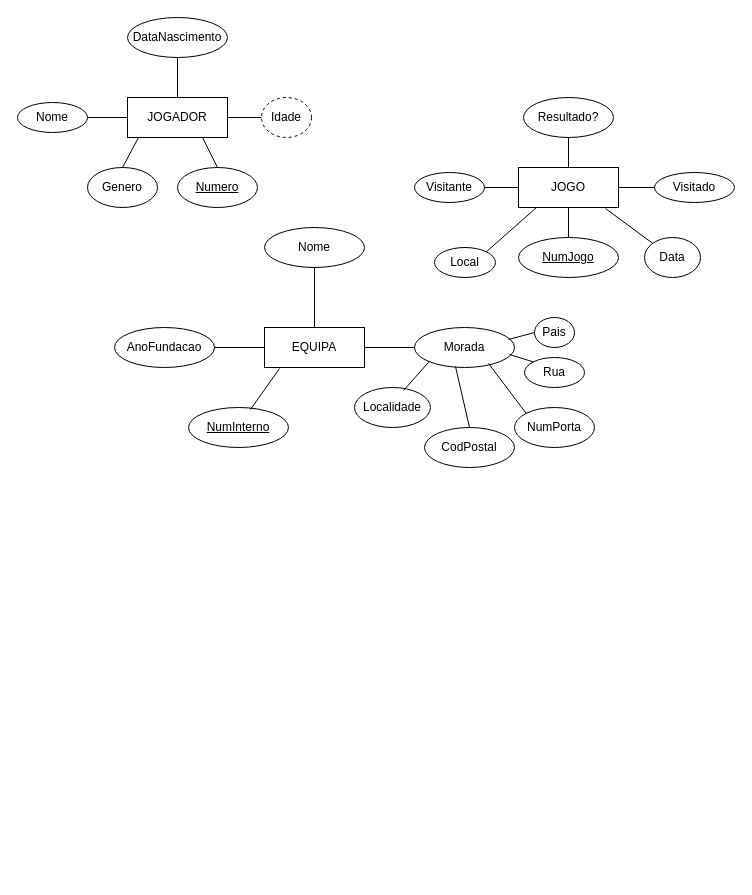
rpviana/Diagramas keeps this draw.io diagram as Equipas.drawio. Above is the earlier version. Source tidied: cells renumbered, new cells numbered last; positions are measured from the earlier drawing's top-left corner, leaving out a move shared by most shapes. Both pictures are drawn from the tidied source at 100%, with x=0, y=0 at pixel (17, 17).
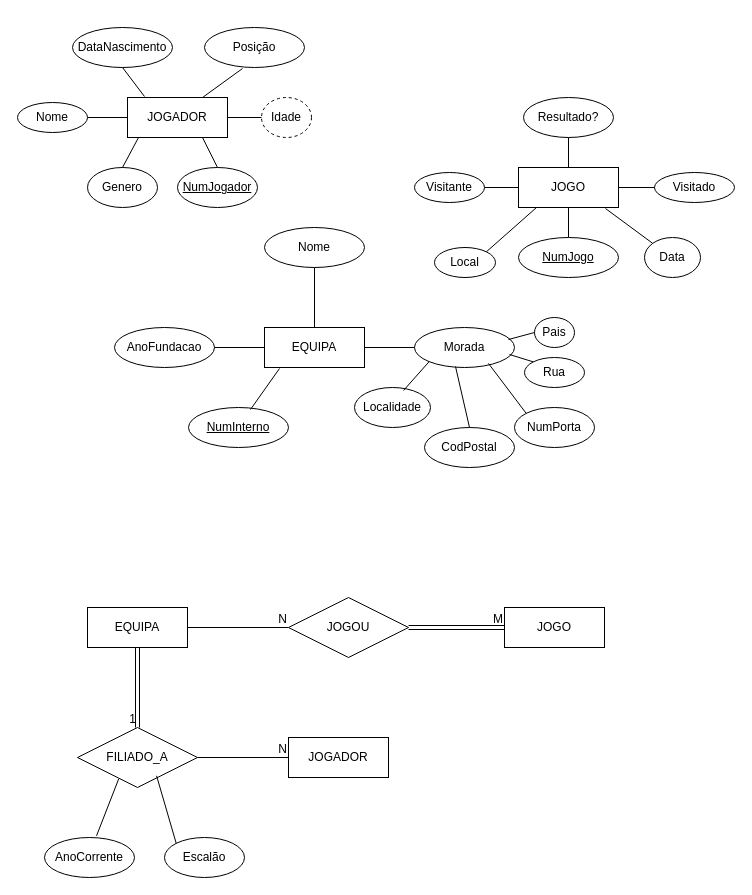
Above is the later version.

Unchanged cells that the change refers to:
```xml
<mxCell id="2" value="JOGADOR" style="whiteSpace=wrap;html=1;align=center;" parent="1" vertex="1">
  <mxGeometry x="110" y="80" width="100" height="40" as="geometry" />
</mxCell>
```

Diff of the diagram source:
```diff
@@
-    <mxCell id="6" value="Numero" style="ellipse;whiteSpace=wrap;html=1;align=center;fontStyle=4;" parent="1" vertex="1">
+    <mxCell id="6" value="NumJogador" style="ellipse;whiteSpace=wrap;html=1;align=center;fontStyle=4;" parent="1" vertex="1">
       <mxGeometry x="160" y="150" width="80" height="40" as="geometry" />
     </mxCell>
@@
     <mxCell id="20" value="DataNascimento" style="ellipse;whiteSpace=wrap;html=1;align=center;" parent="1" vertex="1">
-      <mxGeometry x="110" width="100" height="40" as="geometry" />
+      <mxGeometry x="55" y="10" width="100" height="40" as="geometry" />
     </mxCell>
@@
-    <mxCell id="41" style="endArrow=none;html=1;rounded=0;entryX=0.5;entryY=1;entryDx=0;entryDy=0;exitX=0.5;exitY=0;exitDx=0;exitDy=0;" parent="1" edge="1" source="2" target="20">
+    <mxCell id="41" style="endArrow=none;html=1;rounded=0;entryX=0.5;entryY=1;entryDx=0;entryDy=0;exitX=0.17;exitY=-0.025;exitDx=0;exitDy=0;exitPerimeter=0;" parent="1" edge="1" source="2" target="20">
       <mxGeometry relative="1" as="geometry" />
     </mxCell>
@@
+    <mxCell id="45" value="Posição" style="ellipse;whiteSpace=wrap;html=1;align=center;" parent="1" vertex="1">
+      <mxGeometry x="187" y="10" width="100" height="40" as="geometry" />
+    </mxCell>
+    <mxCell id="46" style="endArrow=none;html=1;rounded=0;entryX=0.38;entryY=1.025;entryDx=0;entryDy=0;entryPerimeter=0;exitX=0.75;exitY=0;exitDx=0;exitDy=0;" parent="1" edge="1" source="2" target="45">
+      <mxGeometry relative="1" as="geometry" />
+    </mxCell>
+    <mxCell id="47" value="EQUIPA" style="whiteSpace=wrap;html=1;align=center;" parent="1" vertex="1">
+      <mxGeometry x="70" y="590" width="100" height="40" as="geometry" />
+    </mxCell>
+    <mxCell id="48" value="JOGO" style="whiteSpace=wrap;html=1;align=center;" parent="1" vertex="1">
+      <mxGeometry x="487" y="590" width="100" height="40" as="geometry" />
+    </mxCell>
+    <mxCell id="49" value="JOGOU" style="shape=rhombus;perimeter=rhombusPerimeter;whiteSpace=wrap;html=1;align=center;" parent="1" vertex="1">
+      <mxGeometry x="271" y="580" width="120" height="60" as="geometry" />
+    </mxCell>
+    <mxCell id="50" value="FILIADO_A" style="shape=rhombus;perimeter=rhombusPerimeter;whiteSpace=wrap;html=1;align=center;" parent="1" vertex="1">
+      <mxGeometry x="60" y="710" width="120" height="60" as="geometry" />
+    </mxCell>
+    <mxCell id="51" value="JOGADOR" style="whiteSpace=wrap;html=1;align=center;" parent="1" vertex="1">
+      <mxGeometry x="271" y="720" width="100" height="40" as="geometry" />
+    </mxCell>
+    <mxCell id="52" value="Escalão" style="ellipse;whiteSpace=wrap;html=1;align=center;" parent="1" vertex="1">
+      <mxGeometry x="147" y="820" width="80" height="40" as="geometry" />
+    </mxCell>
+    <mxCell id="53" value="AnoCorrente" style="ellipse;whiteSpace=wrap;html=1;align=center;" parent="1" vertex="1">
+      <mxGeometry x="27" y="820" width="90" height="40" as="geometry" />
+    </mxCell>
+    <mxCell id="54" style="endArrow=none;html=1;rounded=0;exitX=0.578;exitY=-0.042;exitDx=0;exitDy=0;exitPerimeter=0;entryX=0.343;entryY=0.858;entryDx=0;entryDy=0;entryPerimeter=0;" parent="1" edge="1" source="53" target="50">
+      <mxGeometry relative="1" as="geometry" />
+    </mxCell>
+    <mxCell id="55" style="endArrow=none;html=1;rounded=0;exitX=0;exitY=0;exitDx=0;exitDy=0;entryX=0.659;entryY=0.805;entryDx=0;entryDy=0;entryPerimeter=0;" parent="1" edge="1" source="52" target="50">
+      <mxGeometry relative="1" as="geometry" />
+    </mxCell>
+    <mxCell id="56" style="shape=link;html=1;rounded=0;exitX=0.5;exitY=1;exitDx=0;exitDy=0;entryX=0.5;entryY=0;entryDx=0;entryDy=0;" parent="1" edge="1" source="47" target="50">
+      <mxGeometry relative="1" as="geometry" />
+    </mxCell>
+    <mxCell id="57" value="1" style="html=1;whiteSpace=wrap;align=right;verticalAlign=bottom;" parent="56" vertex="1">
+      <mxGeometry x="1" relative="1" as="geometry" />
+    </mxCell>
+    <mxCell id="58" style="endArrow=none;html=1;rounded=0;exitX=1;exitY=0.5;exitDx=0;exitDy=0;entryX=0;entryY=0.5;entryDx=0;entryDy=0;" parent="1" edge="1" source="47" target="49">
+      <mxGeometry relative="1" as="geometry" />
+    </mxCell>
+    <mxCell id="59" value="N" style="html=1;whiteSpace=wrap;align=right;verticalAlign=bottom;" parent="58" vertex="1">
+      <mxGeometry x="1" relative="1" as="geometry" />
+    </mxCell>
+    <mxCell id="60" style="shape=link;html=1;rounded=0;exitX=1;exitY=0.5;exitDx=0;exitDy=0;entryX=0;entryY=0.5;entryDx=0;entryDy=0;" parent="1" edge="1" source="49" target="48">
+      <mxGeometry relative="1" as="geometry" />
+    </mxCell>
+    <mxCell id="61" value="M" style="html=1;whiteSpace=wrap;align=right;verticalAlign=bottom;" parent="60" vertex="1">
+      <mxGeometry x="1" relative="1" as="geometry" />
+    </mxCell>
+    <mxCell id="62" style="endArrow=none;html=1;rounded=0;exitX=1;exitY=0.5;exitDx=0;exitDy=0;entryX=0;entryY=0.5;entryDx=0;entryDy=0;" parent="1" edge="1" source="50" target="51">
+      <mxGeometry relative="1" as="geometry" />
+    </mxCell>
+    <mxCell id="63" value="N" style="html=1;whiteSpace=wrap;align=right;verticalAlign=bottom;" parent="62" vertex="1">
+      <mxGeometry x="1" relative="1" as="geometry" />
+    </mxCell>
```
